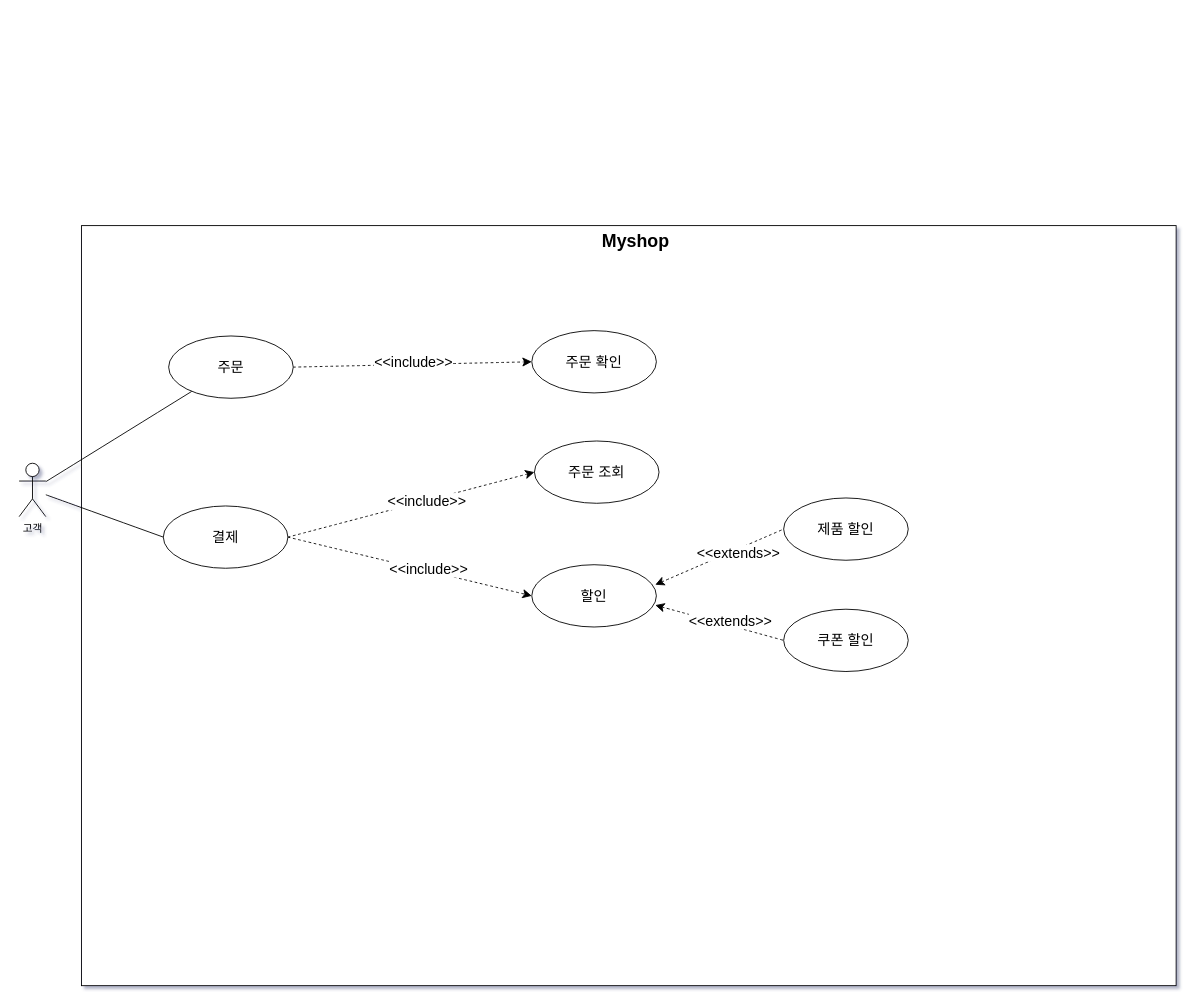
The draw.io diagram page "유스케이스" (2 of 4) of diagrams.drawio in JJBINY/myshop, before the edit. Source tidied: cells renumbered, new cells numbered last; positions are measured from the earlier drawing's top-left corner, leaving out a move shared by most shapes. Both pictures are drawn from the tidied source at 89%, with x=0, y=0 at pixel (19, 225).
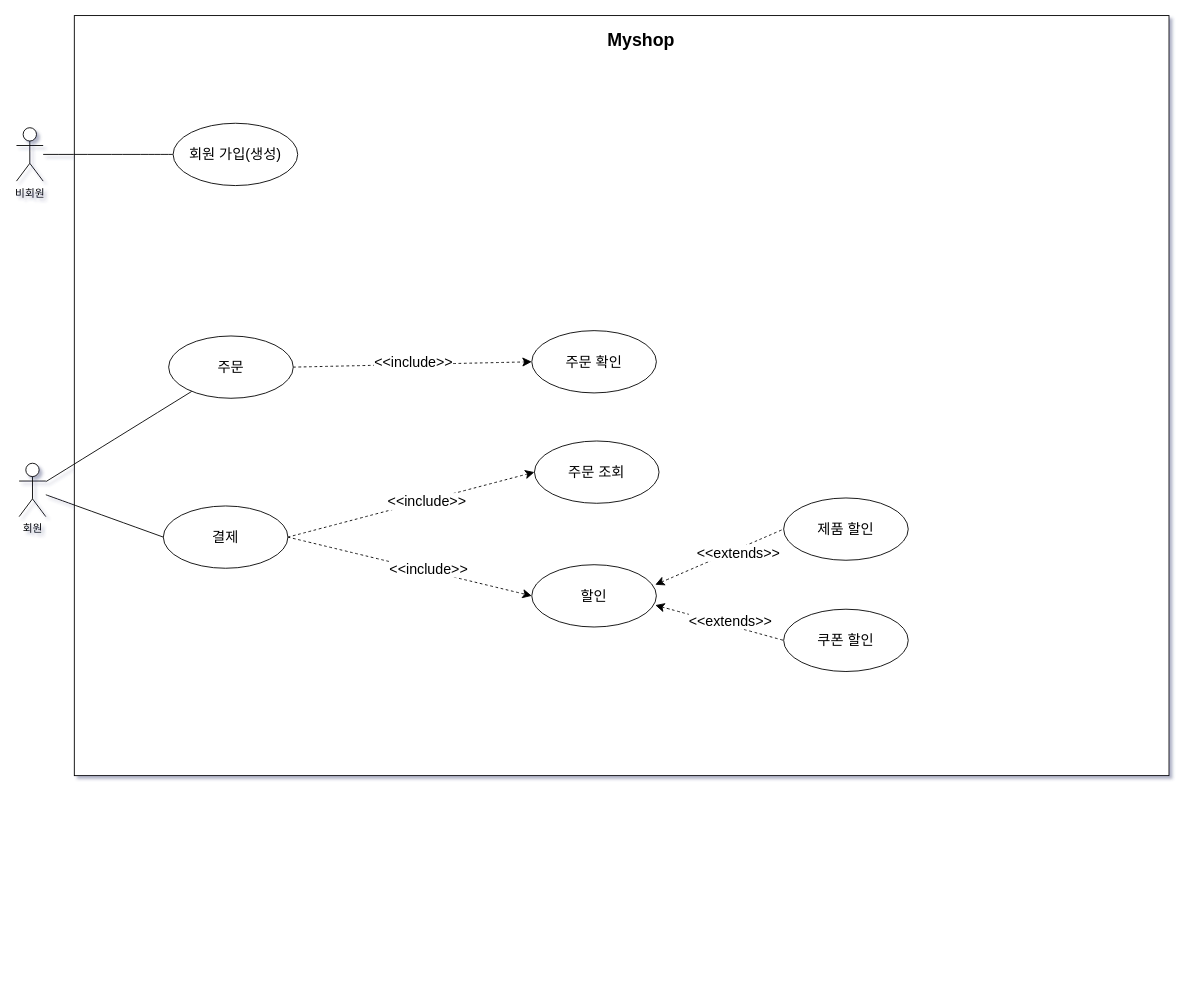
After the change.

The edit, as a diff of the source:
```diff
@@
     <mxCell id="2" style="rounded=0;whiteSpace=wrap;html=1;fontSize=16;" parent="1" vertex="1">
-      <mxGeometry x="70" width="1230" height="854" as="geometry" />
+      <mxGeometry x="62" y="-236" width="1230" height="854" as="geometry" />
     </mxCell>
@@
-    <mxCell id="5" value="고객" style="shape=umlActor;verticalLabelPosition=bottom;verticalAlign=top;html=1;outlineConnect=0;" parent="1" vertex="1">
+    <mxCell id="5" value="회원" style="shape=umlActor;verticalLabelPosition=bottom;verticalAlign=top;html=1;outlineConnect=0;" parent="1" vertex="1">
       <mxGeometry y="267" width="30" height="60" as="geometry" />
     </mxCell>
@@
     <mxCell id="14" value="&lt;b&gt;&lt;font style=&quot;font-size: 20px;&quot;&gt;Myshop&lt;/font&gt;&lt;/b&gt;" style="text;html=1;strokeColor=none;fillColor=none;align=center;verticalAlign=middle;whiteSpace=wrap;rounded=0;fontSize=16;" parent="1" vertex="1">
-      <mxGeometry x="663" y="2" width="60" height="30" as="geometry" />
+      <mxGeometry x="669" y="-224" width="60" height="30" as="geometry" />
     </mxCell>
@@
+    <mxCell id="24" value="비회원" style="shape=umlActor;verticalLabelPosition=bottom;verticalAlign=top;html=1;outlineConnect=0;" parent="1" vertex="1">
+      <mxGeometry x="-3" y="-110" width="30" height="60" as="geometry" />
+    </mxCell>
+    <mxCell id="25" style="edgeStyle=none;curved=1;rounded=0;jettySize=auto;html=1;exitX=0;exitY=0.5;exitDx=0;exitDy=0;fontSize=12;startSize=8;endSize=8;endArrow=none;endFill=0;" parent="1" edge="1" source="26" target="24">
+      <mxGeometry relative="1" as="geometry" />
+    </mxCell>
+    <mxCell id="26" value="회원 가입(생성)" style="ellipse;whiteSpace=wrap;html=1;fontSize=16;" parent="1" vertex="1">
+      <mxGeometry x="173" y="-115" width="140" height="70" as="geometry" />
+    </mxCell>
```
